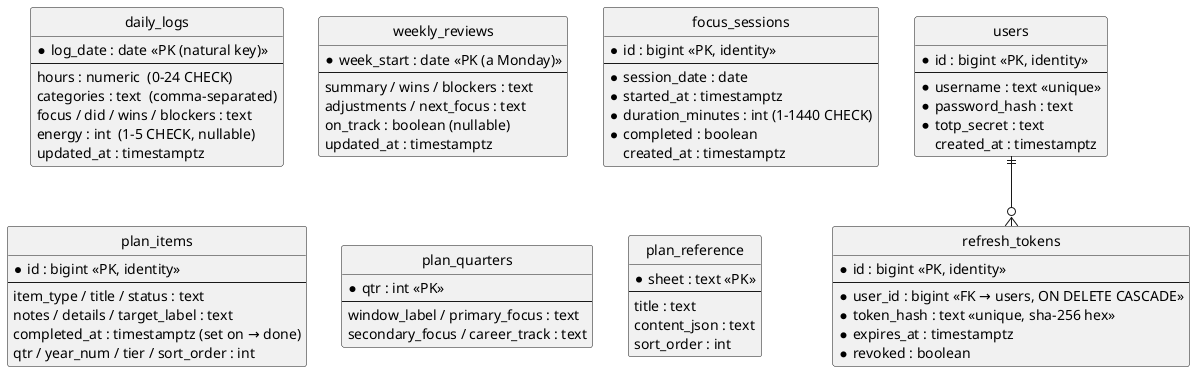
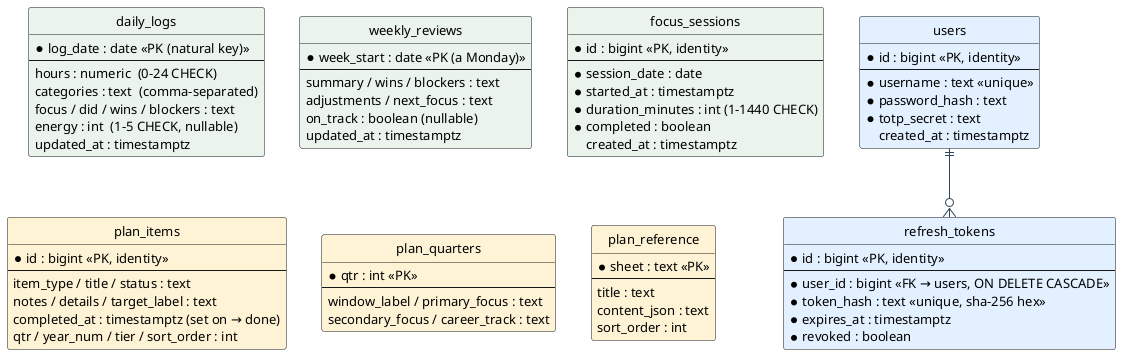
@startuml
' Grindtrack data model (Postgres schema `grindtrack`). Render: see diagrams/render.sh
hide circle
skinparam linetype ortho
- skinparam backgroundColor transparent
+ skinparam backgroundColor #FFFFFF
+ skinparam defaultFontSize 13
+ skinparam defaultFontName Helvetica
+ skinparam shadowing false
+ skinparam ArrowColor #33475B
+ skinparam entity {
+   BackgroundColor #EEF2F7
+   BorderColor #33475B
+   FontColor #12243A
+ }

- entity users {
+ entity "users" as users #E3F0FF {
  * id : bigint <<PK, identity>>
  --
  * username : text <<unique>>
  * password_hash : text
  * totp_secret : text
  created_at : timestamptz
}
- entity refresh_tokens {
+ entity "refresh_tokens" as refresh_tokens #E3F0FF {
  * id : bigint <<PK, identity>>
  --
  * user_id : bigint <<FK → users, ON DELETE CASCADE>>
  * token_hash : text <<unique, sha-256 hex>>
  * expires_at : timestamptz
  * revoked : boolean
}
- entity daily_logs {
+ entity "daily_logs" as daily_logs #EAF3EC {
  * log_date : date <<PK (natural key)>>
  --
  hours : numeric  (0–24 CHECK)
  categories : text  (comma-separated)
  focus / did / wins / blockers : text
  energy : int  (1–5 CHECK, nullable)
  updated_at : timestamptz
}
- entity weekly_reviews {
+ entity "weekly_reviews" as weekly_reviews #EAF3EC {
  * week_start : date <<PK (a Monday)>>
  --
  summary / wins / blockers : text
  adjustments / next_focus : text
  on_track : boolean (nullable)
  updated_at : timestamptz
}
- entity focus_sessions {
+ entity "focus_sessions" as focus_sessions #EAF3EC {
  * id : bigint <<PK, identity>>
  --
  * session_date : date
  * started_at : timestamptz
  * duration_minutes : int (1–1440 CHECK)
  * completed : boolean
  created_at : timestamptz
}
- entity plan_items {
+ entity "plan_items" as plan_items #FFF3D6 {
  * id : bigint <<PK, identity>>
  --
  item_type / title / status : text
  notes / details / target_label : text
  completed_at : timestamptz (set on → done)
  qtr / year_num / tier / sort_order : int
}
- entity plan_quarters {
+ entity "plan_quarters" as plan_quarters #FFF3D6 {
  * qtr : int <<PK>>
  --
  window_label / primary_focus : text
  secondary_focus / career_track : text
}
- entity plan_reference {
+ entity "plan_reference" as plan_reference #FFF3D6 {
  * sheet : text <<PK>>
  --
  title : text
  content_json : text
  sort_order : int
}

users ||--o{ refresh_tokens
@enduml
